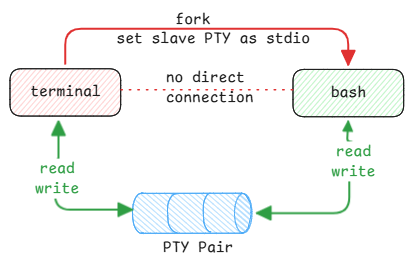
This is static/img/shell-display.excalidraw.png from swaroopar/inprogress-engineer, a Excalidraw export, as it was before one commit. Source tidied: one line per element, renumbered; positions are measured from the earlier drawing's top-left corner, leaving out a move shared by most shapes.
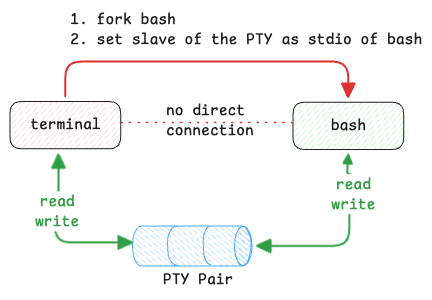
After the change.

Change to the diagram source:
```diff
@@ -13,6 +13,5 @@
 {"id": 12, "type": "arrow", "strokeColor": "#2f9e44", "strokeWidth": 2, "roughness": 0, "startArrowhead": "triangle", "endArrowhead": "triangle", "from": 7, "to": 2, "x": 247, "y": 203, "width": 96, "height": 91, "points": [[0, 0], [92, 0], [92, -51], [96, -51], [96, -71], [90, -71], [91, -91]]}
 {"id": 13, "type": "text", "text": "read\nwrite", "strokeColor": "#2f9e44", "backgroundColor": "#b2f2bb", "fillStyle": "hachure", "strokeWidth": 2, "roughness": 0, "fontSize": 16, "fontFamily": 8, "textAlign": "center", "verticalAlign": "middle", "inside": 12, "x": 321, "y": 132, "width": 44, "height": 40}
 {"id": 14, "type": "arrow", "strokeColor": "#e03131", "strokeWidth": 2, "roughness": 0, "endArrowhead": "triangle", "from": 0, "to": 2, "x": 55, "y": 54, "width": 283, "height": 36, "points": [[0, 0], [0, -35], [283, -35], [283, 1]]}
-{"id": 15, "type": "text", "text": "fork", "strokeColor": "#1e1e1e", "strokeWidth": 1, "roughness": 0, "fontSize": 16, "fontFamily": 8, "x": 165, "y": 0, "width": 35, "height": 20}
+{"id": 15, "type": "text", "text": "1. fork bash\n2. set slave of the PTY as stdio of bash", "strokeColor": "#1e1e1e", "strokeWidth": 1, "roughness": 0, "fontSize": 16, "fontFamily": 8, "x": 60, "y": -33, "width": 352, "height": 40}
-{"id": 16, "type": "text", "text": "set slave PTY as stdio", "strokeColor": "#1e1e1e", "strokeWidth": 1, "roughness": 0, "fontSize": 16, "fontFamily": 8, "x": 106, "y": 19, "width": 194, "height": 20}
 {"id": 17, "type": "text", "text": "PTY Pair", "strokeColor": "#1e1e1e", "backgroundColor": "#b2f2bb", "fillStyle": "hachure", "strokeWidth": 2, "roughness": 0, "fontSize": 16, "fontFamily": 8, "x": 153, "y": 228, "width": 70, "height": 20}
```
